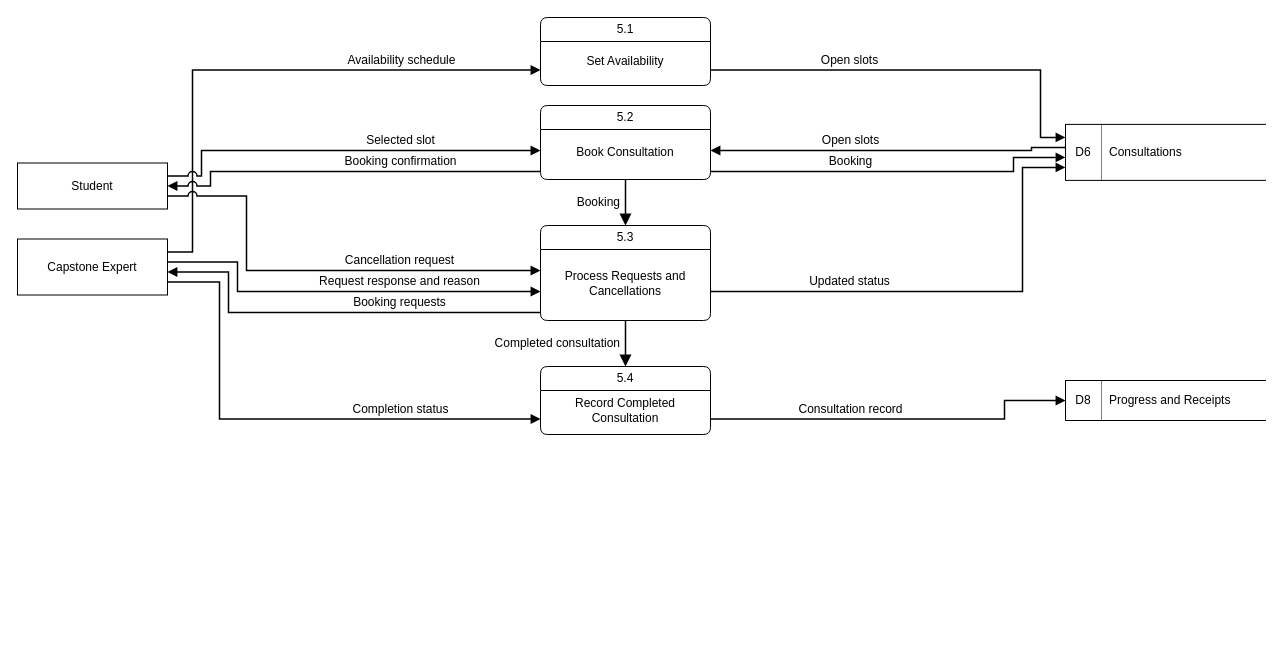
Above: page "DFD Level 1 - 5.0 Manage Consultations" (8 of 16) of docs/diagrams/capstrack-diagrams-all.drawio in M21thony/capstrack (draw.io), before the change. Source tidied: cells renumbered, new cells numbered last; positions are measured from the earlier drawing's top-left corner, leaving out a move shared by most shapes. Both pictures are drawn from the tidied source at 100%, with x=0, y=0 at pixel (17, 17).
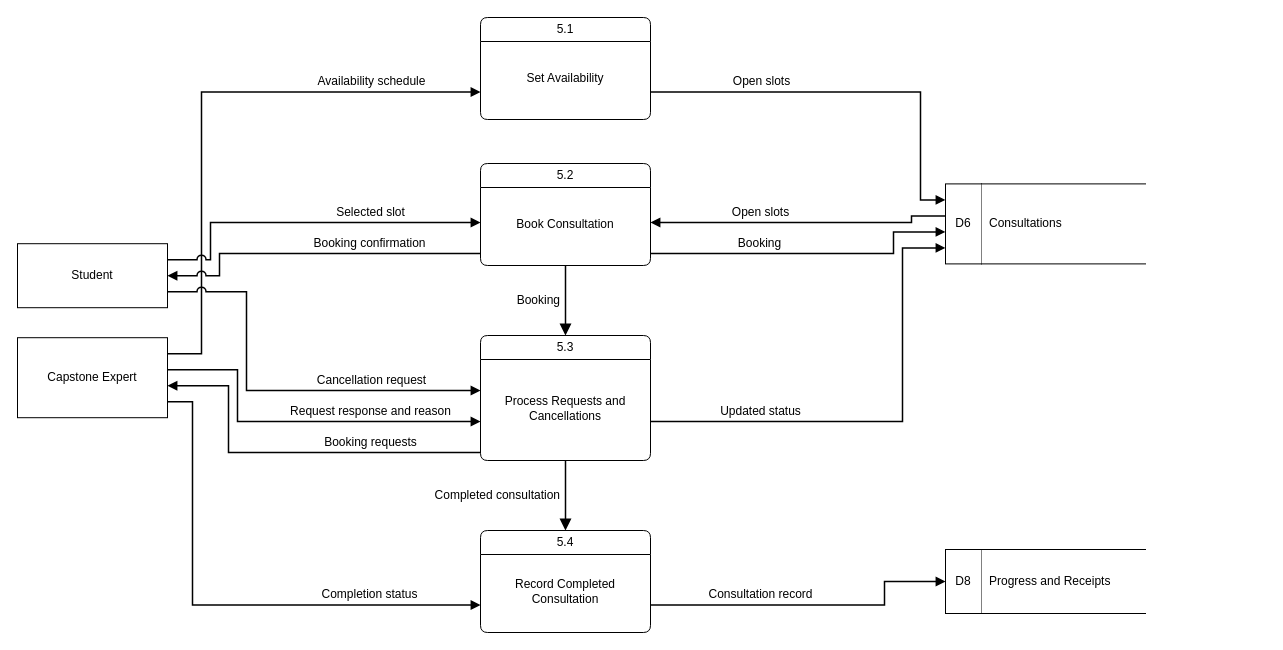
The same page after the edit.

Change to the diagram source:
```diff
@@
     <mxCell id="2" value="5.1" style="swimlane;shape=swimlane;rounded=1;arcSize=10;startSize=24;html=1;whiteSpace=wrap;fillColor=#ffffff;swimlaneFillColor=#ffffff;fontStyle=0;fontSize=12;strokeColor=#000000;fontFamily=Helvetica;fontColor=#000000;" parent="1" vertex="1">
-      <mxGeometry x="523" width="170" height="68" as="geometry" />
+      <mxGeometry x="463" width="170" height="102" as="geometry" />
     </mxCell>
     <mxCell id="3" value="Set Availability" style="text;html=1;strokeColor=none;fillColor=none;align=center;verticalAlign=middle;whiteSpace=wrap;fontSize=12;fontFamily=Helvetica;fontColor=#000000;" parent="2" vertex="1">
-      <mxGeometry x="6" y="24" width="158" height="40" as="geometry" />
+      <mxGeometry x="6" y="24" width="158" height="74" as="geometry" />
     </mxCell>
     <mxCell id="4" value="5.2" style="swimlane;shape=swimlane;rounded=1;arcSize=10;startSize=24;html=1;whiteSpace=wrap;fillColor=#ffffff;swimlaneFillColor=#ffffff;fontStyle=0;fontSize=12;strokeColor=#000000;fontFamily=Helvetica;fontColor=#000000;" parent="1" vertex="1">
-      <mxGeometry x="523" y="88" width="170" height="74" as="geometry" />
+      <mxGeometry x="463" y="146" width="170" height="102" as="geometry" />
     </mxCell>
     <mxCell id="5" value="Book Consultation" style="text;html=1;strokeColor=none;fillColor=none;align=center;verticalAlign=middle;whiteSpace=wrap;fontSize=12;fontFamily=Helvetica;fontColor=#000000;" parent="4" vertex="1">
-      <mxGeometry x="6" y="24" width="158" height="46" as="geometry" />
+      <mxGeometry x="6" y="24" width="158" height="74" as="geometry" />
     </mxCell>
     <mxCell id="6" value="5.3" style="swimlane;shape=swimlane;rounded=1;arcSize=10;startSize=24;html=1;whiteSpace=wrap;fillColor=#ffffff;swimlaneFillColor=#ffffff;fontStyle=0;fontSize=12;strokeColor=#000000;fontFamily=Helvetica;fontColor=#000000;" parent="1" vertex="1">
-      <mxGeometry x="523" y="208" width="170" height="95" as="geometry" />
+      <mxGeometry x="463" y="318" width="170" height="125" as="geometry" />
     </mxCell>
     <mxCell id="7" value="Process Requests and Cancellations" style="text;html=1;strokeColor=none;fillColor=none;align=center;verticalAlign=middle;whiteSpace=wrap;fontSize=12;fontFamily=Helvetica;fontColor=#000000;" parent="6" vertex="1">
-      <mxGeometry x="6" y="24" width="158" height="67" as="geometry" />
+      <mxGeometry x="6" y="24" width="158" height="97" as="geometry" />
     </mxCell>
     <mxCell id="8" value="5.4" style="swimlane;shape=swimlane;rounded=1;arcSize=10;startSize=24;html=1;whiteSpace=wrap;fillColor=#ffffff;swimlaneFillColor=#ffffff;fontStyle=0;fontSize=12;strokeColor=#000000;fontFamily=Helvetica;fontColor=#000000;" parent="1" vertex="1">
-      <mxGeometry x="523" y="349" width="170" height="68" as="geometry" />
+      <mxGeometry x="463" y="513" width="170" height="102" as="geometry" />
     </mxCell>
     <mxCell id="9" value="Record Completed Consultation" style="text;html=1;strokeColor=none;fillColor=none;align=center;verticalAlign=middle;whiteSpace=wrap;fontSize=12;fontFamily=Helvetica;fontColor=#000000;" parent="8" vertex="1">
-      <mxGeometry x="6" y="24" width="158" height="40" as="geometry" />
+      <mxGeometry x="6" y="24" width="158" height="74" as="geometry" />
     </mxCell>
     <mxCell id="10" value="Student" style="rounded=0;whiteSpace=wrap;html=1;fillColor=#ffffff;fontSize=12;strokeColor=#000000;fontFamily=Helvetica;fontColor=#000000;" parent="1" vertex="1">
-      <mxGeometry y="145.5" width="150" height="46" as="geometry" />
+      <mxGeometry y="226.2" width="150" height="64" as="geometry" />
     </mxCell>
     <mxCell id="11" value="Capstone Expert" style="rounded=0;whiteSpace=wrap;html=1;fillColor=#ffffff;fontSize=12;strokeColor=#000000;fontFamily=Helvetica;fontColor=#000000;" parent="1" vertex="1">
-      <mxGeometry y="221.5" width="150" height="56" as="geometry" />
+      <mxGeometry y="320.2" width="150" height="80" as="geometry" />
     </mxCell>
     <mxCell id="12" style="rounded=0;html=1;fillColor=none;strokeColor=none;fontSize=12;" parent="1" vertex="1">
-      <mxGeometry x="1048" y="106.9" width="200" height="56" as="geometry" />
+      <mxGeometry x="928" y="166.4" width="200" height="80" as="geometry" />
     </mxCell>
     <mxCell id="13" value="D6" style="rounded=0;whiteSpace=wrap;html=1;fillColor=#ffffff;fontSize=12;strokeColor=#000000;fontFamily=Helvetica;fontColor=#000000;" parent="12" vertex="1">
-      <mxGeometry width="36" height="56" as="geometry" />
+      <mxGeometry width="36" height="80" as="geometry" />
     </mxCell>
     <mxCell id="14" value="Consultations" style="shape=partialRectangle;left=0;right=0;top=1;bottom=1;whiteSpace=wrap;html=1;align=left;spacingLeft=6;fillColor=#ffffff;fontSize=12;strokeColor=#000000;fontFamily=Helvetica;fontColor=#000000;" parent="12" vertex="1">
-      <mxGeometry x="36" width="164" height="56" as="geometry" />
+      <mxGeometry x="36" width="164" height="80" as="geometry" />
     </mxCell>
     <mxCell id="15" style="rounded=0;html=1;fillColor=none;strokeColor=none;fontSize=12;" parent="1" vertex="1">
-      <mxGeometry x="1048" y="363" width="200" height="40" as="geometry" />
+      <mxGeometry x="928" y="532" width="200" height="64" as="geometry" />
     </mxCell>
     <mxCell id="16" value="D8" style="rounded=0;whiteSpace=wrap;html=1;fillColor=#ffffff;fontSize=12;strokeColor=#000000;fontFamily=Helvetica;fontColor=#000000;" parent="15" vertex="1">
-      <mxGeometry width="36" height="40" as="geometry" />
+      <mxGeometry width="36" height="64" as="geometry" />
     </mxCell>
     <mxCell id="17" value="Progress and Receipts" style="shape=partialRectangle;left=0;right=0;top=1;bottom=1;whiteSpace=wrap;html=1;align=left;spacingLeft=6;fillColor=#ffffff;fontSize=12;strokeColor=#000000;fontFamily=Helvetica;fontColor=#000000;" parent="15" vertex="1">
-      <mxGeometry x="36" width="164" height="40" as="geometry" />
+      <mxGeometry x="36" width="164" height="64" as="geometry" />
     </mxCell>
-    <mxCell id="18" value="Availability schedule" style="jumpStyle=arc;jumpSize=8;edgeStyle=orthogonalEdgeStyle;rounded=0;html=1;endArrow=block;endFill=1;endSize=8;strokeWidth=1.5;startArrow=none;strokeColor=#000000;fontFamily=Helvetica;fontColor=#000000;fontSize=12;labelBackgroundColor=#ffffff;verticalAlign=bottom;endSize=6;exitX=1;exitY=0.232143;exitDx=0;exitDy=0;entryX=0;entryY=0.772059;entryDx=0;entryDy=0;" parent="1" edge="1" source="11" target="2">
-      <mxGeometry x="0.5" relative="1" as="geometry">
+    <mxCell id="18" value="Availability schedule" style="jumpStyle=arc;jumpSize=8;edgeStyle=orthogonalEdgeStyle;rounded=0;html=1;endArrow=block;endFill=1;endSize=8;strokeWidth=1.5;startArrow=none;strokeColor=#000000;fontFamily=Helvetica;fontColor=#000000;fontSize=12;labelBackgroundColor=#ffffff;verticalAlign=bottom;endSize=6;exitX=1;exitY=0.2;exitDx=0;exitDy=0;entryX=0;entryY=0.730392;entryDx=0;entryDy=0;" parent="1" edge="1" source="11" target="2">
+      <mxGeometry x="0.62" relative="1" as="geometry">
         <Array as="points">
-          <mxPoint x="175" y="234.5" />
-          <mxPoint x="175" y="52.5" />
+          <mxPoint x="184" y="336.2" />
+          <mxPoint x="184" y="74.5" />
         </Array>
         <mxPoint y="-1" as="offset" />
       </mxGeometry>
     </mxCell>
-    <mxCell id="19" value="Selected slot" style="jumpStyle=arc;jumpSize=8;edgeStyle=orthogonalEdgeStyle;rounded=0;html=1;endArrow=block;endFill=1;endSize=8;strokeWidth=1.5;startArrow=none;strokeColor=#000000;fontFamily=Helvetica;fontColor=#000000;fontSize=12;labelBackgroundColor=#ffffff;verticalAlign=bottom;endSize=6;exitX=1;exitY=0.282609;exitDx=0;exitDy=0;entryX=0;entryY=0.608108;entryDx=0;entryDy=0;" parent="1" edge="1" source="10" target="4">
-      <mxGeometry x="0.3" relative="1" as="geometry">
+    <mxCell id="19" value="Selected slot" style="jumpStyle=arc;jumpSize=8;edgeStyle=orthogonalEdgeStyle;rounded=0;html=1;endArrow=block;endFill=1;endSize=8;strokeWidth=1.5;startArrow=none;strokeColor=#000000;fontFamily=Helvetica;fontColor=#000000;fontSize=12;labelBackgroundColor=#ffffff;verticalAlign=bottom;endSize=6;exitX=1;exitY=0.25;exitDx=0;exitDy=0;entryX=0;entryY=0.578431;entryDx=0;entryDy=0;" parent="1" edge="1" source="10" target="4">
+      <mxGeometry x="0.37" relative="1" as="geometry">
         <Array as="points">
-          <mxPoint x="184" y="158.5" />
-          <mxPoint x="184" y="133" />
+          <mxPoint x="193" y="242.2" />
+          <mxPoint x="193" y="205" />
         </Array>
         <mxPoint y="-1" as="offset" />
       </mxGeometry>
     </mxCell>
-    <mxCell id="20" value="Booking confirmation" style="jumpStyle=arc;jumpSize=8;edgeStyle=orthogonalEdgeStyle;rounded=0;html=1;endArrow=block;endFill=1;endSize=8;strokeWidth=1.5;startArrow=none;strokeColor=#000000;fontFamily=Helvetica;fontColor=#000000;fontSize=12;labelBackgroundColor=#ffffff;verticalAlign=bottom;endSize=6;exitX=0;exitY=0.891892;exitDx=0;exitDy=0;entryX=1;entryY=0.5;entryDx=0;entryDy=0;" parent="1" edge="1" source="4" target="10">
-      <mxGeometry x="-0.28" relative="1" as="geometry">
+    <mxCell id="20" value="Booking confirmation" style="jumpStyle=arc;jumpSize=8;edgeStyle=orthogonalEdgeStyle;rounded=0;html=1;endArrow=block;endFill=1;endSize=8;strokeWidth=1.5;startArrow=none;strokeColor=#000000;fontFamily=Helvetica;fontColor=#000000;fontSize=12;labelBackgroundColor=#ffffff;verticalAlign=bottom;endSize=6;exitX=0;exitY=0.882353;exitDx=0;exitDy=0;entryX=1;entryY=0.5;entryDx=0;entryDy=0;" parent="1" edge="1" source="4" target="10">
+      <mxGeometry x="-0.34" relative="1" as="geometry">
         <Array as="points">
-          <mxPoint x="193" y="154" />
-          <mxPoint x="193" y="168.5" />
+          <mxPoint x="202" y="236" />
+          <mxPoint x="202" y="258.2" />
         </Array>
         <mxPoint y="-1" as="offset" />
       </mxGeometry>
     </mxCell>
-    <mxCell id="21" value="Cancellation request" style="jumpStyle=arc;jumpSize=8;edgeStyle=orthogonalEdgeStyle;rounded=0;html=1;endArrow=block;endFill=1;endSize=8;strokeWidth=1.5;startArrow=none;strokeColor=#000000;fontFamily=Helvetica;fontColor=#000000;fontSize=12;labelBackgroundColor=#ffffff;verticalAlign=bottom;endSize=6;exitX=1;exitY=0.717391;exitDx=0;exitDy=0;entryX=0;entryY=0.473684;entryDx=0;entryDy=0;" parent="1" edge="1" source="10" target="6">
-      <mxGeometry x="0.37" relative="1" as="geometry">
+    <mxCell id="21" value="Cancellation request" style="jumpStyle=arc;jumpSize=8;edgeStyle=orthogonalEdgeStyle;rounded=0;html=1;endArrow=block;endFill=1;endSize=8;strokeWidth=1.5;startArrow=none;strokeColor=#000000;fontFamily=Helvetica;fontColor=#000000;fontSize=12;labelBackgroundColor=#ffffff;verticalAlign=bottom;endSize=6;exitX=1;exitY=0.75;exitDx=0;exitDy=0;entryX=0;entryY=0.44;entryDx=0;entryDy=0;" parent="1" edge="1" source="10" target="6">
+      <mxGeometry x="0.47" relative="1" as="geometry">
         <Array as="points">
-          <mxPoint x="229" y="178.5" />
-          <mxPoint x="229" y="253" />
+          <mxPoint x="229" y="274.2" />
+          <mxPoint x="229" y="373" />
         </Array>
         <mxPoint y="-1" as="offset" />
       </mxGeometry>
     </mxCell>
-    <mxCell id="22" value="Request response and reason" style="jumpStyle=arc;jumpSize=8;edgeStyle=orthogonalEdgeStyle;rounded=0;html=1;endArrow=block;endFill=1;endSize=8;strokeWidth=1.5;startArrow=none;strokeColor=#000000;fontFamily=Helvetica;fontColor=#000000;fontSize=12;labelBackgroundColor=#ffffff;verticalAlign=bottom;endSize=6;exitX=1;exitY=0.410714;exitDx=0;exitDy=0;entryX=0;entryY=0.694737;entryDx=0;entryDy=0;" parent="1" edge="1" source="11" target="6">
-      <mxGeometry x="0.3" relative="1" as="geometry">
+    <mxCell id="22" value="Request response and reason" style="jumpStyle=arc;jumpSize=8;edgeStyle=orthogonalEdgeStyle;rounded=0;html=1;endArrow=block;endFill=1;endSize=8;strokeWidth=1.5;startArrow=none;strokeColor=#000000;fontFamily=Helvetica;fontColor=#000000;fontSize=12;labelBackgroundColor=#ffffff;verticalAlign=bottom;endSize=6;exitX=1;exitY=0.4;exitDx=0;exitDy=0;entryX=0;entryY=0.688;entryDx=0;entryDy=0;" parent="1" edge="1" source="11" target="6">
+      <mxGeometry x="0.4" relative="1" as="geometry">
         <Array as="points">
-          <mxPoint x="220" y="244.5" />
-          <mxPoint x="220" y="274" />
+          <mxPoint x="220" y="352.2" />
+          <mxPoint x="220" y="404" />
         </Array>
         <mxPoint y="-1" as="offset" />
       </mxGeometry>
     </mxCell>
-    <mxCell id="23" value="Booking requests" style="jumpStyle=arc;jumpSize=8;edgeStyle=orthogonalEdgeStyle;rounded=0;html=1;endArrow=block;endFill=1;endSize=8;strokeWidth=1.5;startArrow=none;strokeColor=#000000;fontFamily=Helvetica;fontColor=#000000;fontSize=12;labelBackgroundColor=#ffffff;verticalAlign=bottom;endSize=6;exitX=0;exitY=0.915789;exitDx=0;exitDy=0;entryX=1;entryY=0.589286;entryDx=0;entryDy=0;" parent="1" edge="1" source="6" target="11">
-      <mxGeometry x="-0.32" relative="1" as="geometry">
+    <mxCell id="23" value="Booking requests" style="jumpStyle=arc;jumpSize=8;edgeStyle=orthogonalEdgeStyle;rounded=0;html=1;endArrow=block;endFill=1;endSize=8;strokeWidth=1.5;startArrow=none;strokeColor=#000000;fontFamily=Helvetica;fontColor=#000000;fontSize=12;labelBackgroundColor=#ffffff;verticalAlign=bottom;endSize=6;exitX=0;exitY=0.936;exitDx=0;exitDy=0;entryX=1;entryY=0.6;entryDx=0;entryDy=0;" parent="1" edge="1" source="6" target="11">
+      <mxGeometry x="-0.42" relative="1" as="geometry">
         <Array as="points">
-          <mxPoint x="211" y="295" />
-          <mxPoint x="211" y="254.5" />
+          <mxPoint x="211" y="435" />
+          <mxPoint x="211" y="368.2" />
         </Array>
         <mxPoint y="-1" as="offset" />
       </mxGeometry>
     </mxCell>
-    <mxCell id="24" value="Completion status" style="jumpStyle=arc;jumpSize=8;edgeStyle=orthogonalEdgeStyle;rounded=0;html=1;endArrow=block;endFill=1;endSize=8;strokeWidth=1.5;startArrow=none;strokeColor=#000000;fontFamily=Helvetica;fontColor=#000000;fontSize=12;labelBackgroundColor=#ffffff;verticalAlign=bottom;endSize=6;exitX=1;exitY=0.767857;exitDx=0;exitDy=0;entryX=0;entryY=0.772059;entryDx=0;entryDy=0;" parent="1" edge="1" source="11" target="8">
-      <mxGeometry x="0.45" relative="1" as="geometry">
+    <mxCell id="24" value="Completion status" style="jumpStyle=arc;jumpSize=8;edgeStyle=orthogonalEdgeStyle;rounded=0;html=1;endArrow=block;endFill=1;endSize=8;strokeWidth=1.5;startArrow=none;strokeColor=#000000;fontFamily=Helvetica;fontColor=#000000;fontSize=12;labelBackgroundColor=#ffffff;verticalAlign=bottom;endSize=6;exitX=1;exitY=0.8;exitDx=0;exitDy=0;entryX=0;entryY=0.730392;entryDx=0;entryDy=0;" parent="1" edge="1" source="11" target="8">
+      <mxGeometry x="0.57" relative="1" as="geometry">
         <Array as="points">
-          <mxPoint x="202" y="264.5" />
-          <mxPoint x="202" y="401.5" />
+          <mxPoint x="175" y="384.2" />
+          <mxPoint x="175" y="587.5" />
         </Array>
         <mxPoint y="-1" as="offset" />
       </mxGeometry>
     </mxCell>
-    <mxCell id="25" value="Open slots" style="jumpStyle=arc;jumpSize=8;edgeStyle=orthogonalEdgeStyle;rounded=0;html=1;endArrow=block;endFill=1;endSize=8;strokeWidth=1.5;startArrow=none;strokeColor=#000000;fontFamily=Helvetica;fontColor=#000000;fontSize=12;labelBackgroundColor=#ffffff;verticalAlign=bottom;endSize=6;exitX=1;exitY=0.772059;exitDx=0;exitDy=0;entryX=0;entryY=0.232143;entryDx=0;entryDy=0;" parent="1" edge="1" source="2" target="12">
-      <mxGeometry x="-0.34" relative="1" as="geometry">
+    <mxCell id="25" value="Open slots" style="jumpStyle=arc;jumpSize=8;edgeStyle=orthogonalEdgeStyle;rounded=0;html=1;endArrow=block;endFill=1;endSize=8;strokeWidth=1.5;startArrow=none;strokeColor=#000000;fontFamily=Helvetica;fontColor=#000000;fontSize=12;labelBackgroundColor=#ffffff;verticalAlign=bottom;endSize=6;exitX=1;exitY=0.730392;exitDx=0;exitDy=0;entryX=0;entryY=0.2;entryDx=0;entryDy=0;" parent="1" edge="1" source="2" target="12">
+      <mxGeometry x="-0.45" relative="1" as="geometry">
         <Array as="points">
-          <mxPoint x="1023" y="52.5" />
-          <mxPoint x="1023" y="119.9" />
+          <mxPoint x="903" y="74.5" />
+          <mxPoint x="903" y="182.4" />
         </Array>
         <mxPoint y="-1" as="offset" />
       </mxGeometry>
     </mxCell>
-    <mxCell id="26" value="Open slots" style="jumpStyle=arc;jumpSize=8;edgeStyle=orthogonalEdgeStyle;rounded=0;html=1;endArrow=block;endFill=1;endSize=8;strokeWidth=1.5;startArrow=none;strokeColor=#000000;fontFamily=Helvetica;fontColor=#000000;fontSize=12;labelBackgroundColor=#ffffff;verticalAlign=bottom;endSize=6;exitX=0;exitY=0.410714;exitDx=0;exitDy=0;entryX=1;entryY=0.608108;entryDx=0;entryDy=0;" parent="1" edge="1" source="12" target="4">
-      <mxGeometry x="0.22" relative="1" as="geometry">
+    <mxCell id="26" value="Open slots" style="jumpStyle=arc;jumpSize=8;edgeStyle=orthogonalEdgeStyle;rounded=0;html=1;endArrow=block;endFill=1;endSize=8;strokeWidth=1.5;startArrow=none;strokeColor=#000000;fontFamily=Helvetica;fontColor=#000000;fontSize=12;labelBackgroundColor=#ffffff;verticalAlign=bottom;endSize=6;exitX=0;exitY=0.4;exitDx=0;exitDy=0;entryX=1;entryY=0.578431;entryDx=0;entryDy=0;" parent="1" edge="1" source="12" target="4">
+      <mxGeometry x="0.27" relative="1" as="geometry">
         <Array as="points">
-          <mxPoint x="1014" y="129.9" />
-          <mxPoint x="1014" y="133" />
+          <mxPoint x="894" y="198.4" />
+          <mxPoint x="894" y="205" />
         </Array>
         <mxPoint y="-1" as="offset" />
       </mxGeometry>
     </mxCell>
-    <mxCell id="27" value="Booking" style="jumpStyle=arc;jumpSize=8;edgeStyle=orthogonalEdgeStyle;rounded=0;html=1;endArrow=block;endFill=1;endSize=8;strokeWidth=1.5;startArrow=none;strokeColor=#000000;fontFamily=Helvetica;fontColor=#000000;fontSize=12;labelBackgroundColor=#ffffff;verticalAlign=bottom;endSize=6;exitX=1;exitY=0.891892;exitDx=0;exitDy=0;entryX=0;entryY=0.589286;entryDx=0;entryDy=0;" parent="1" edge="1" source="4" target="12">
-      <mxGeometry x="-0.24" relative="1" as="geometry">
+    <mxCell id="27" value="Booking" style="jumpStyle=arc;jumpSize=8;edgeStyle=orthogonalEdgeStyle;rounded=0;html=1;endArrow=block;endFill=1;endSize=8;strokeWidth=1.5;startArrow=none;strokeColor=#000000;fontFamily=Helvetica;fontColor=#000000;fontSize=12;labelBackgroundColor=#ffffff;verticalAlign=bottom;endSize=6;exitX=1;exitY=0.882353;exitDx=0;exitDy=0;entryX=0;entryY=0.6;entryDx=0;entryDy=0;" parent="1" edge="1" source="4" target="12">
+      <mxGeometry x="-0.31" relative="1" as="geometry">
         <Array as="points">
-          <mxPoint x="996" y="154" />
-          <mxPoint x="996" y="139.9" />
+          <mxPoint x="876" y="236" />
+          <mxPoint x="876" y="214.4" />
         </Array>
         <mxPoint y="-1" as="offset" />
       </mxGeometry>
     </mxCell>
-    <mxCell id="28" value="Updated status" style="jumpStyle=arc;jumpSize=8;edgeStyle=orthogonalEdgeStyle;rounded=0;html=1;endArrow=block;endFill=1;endSize=8;strokeWidth=1.5;startArrow=none;strokeColor=#000000;fontFamily=Helvetica;fontColor=#000000;fontSize=12;labelBackgroundColor=#ffffff;verticalAlign=bottom;endSize=6;exitX=1;exitY=0.694737;exitDx=0;exitDy=0;entryX=0;entryY=0.767857;entryDx=0;entryDy=0;" parent="1" edge="1" source="6" target="12">
-      <mxGeometry x="-0.42" relative="1" as="geometry">
+    <mxCell id="28" value="Updated status" style="jumpStyle=arc;jumpSize=8;edgeStyle=orthogonalEdgeStyle;rounded=0;html=1;endArrow=block;endFill=1;endSize=8;strokeWidth=1.5;startArrow=none;strokeColor=#000000;fontFamily=Helvetica;fontColor=#000000;fontSize=12;labelBackgroundColor=#ffffff;verticalAlign=bottom;endSize=6;exitX=1;exitY=0.688;exitDx=0;exitDy=0;entryX=0;entryY=0.8;entryDx=0;entryDy=0;" parent="1" edge="1" source="6" target="12">
+      <mxGeometry x="-0.53" relative="1" as="geometry">
         <Array as="points">
-          <mxPoint x="1005" y="274" />
-          <mxPoint x="1005" y="149.9" />
+          <mxPoint x="885" y="404" />
+          <mxPoint x="885" y="230.4" />
         </Array>
         <mxPoint y="-1" as="offset" />
       </mxGeometry>
     </mxCell>
-    <mxCell id="29" value="Consultation record" style="jumpStyle=arc;jumpSize=8;edgeStyle=orthogonalEdgeStyle;rounded=0;html=1;endArrow=block;endFill=1;endSize=8;strokeWidth=1.5;startArrow=none;strokeColor=#000000;fontFamily=Helvetica;fontColor=#000000;fontSize=12;labelBackgroundColor=#ffffff;verticalAlign=bottom;endSize=6;exitX=1;exitY=0.772059;exitDx=0;exitDy=0;entryX=0;entryY=0.5;entryDx=0;entryDy=0;" parent="1" edge="1" source="8" target="15">
-      <mxGeometry x="-0.25" relative="1" as="geometry">
+    <mxCell id="29" value="Consultation record" style="jumpStyle=arc;jumpSize=8;edgeStyle=orthogonalEdgeStyle;rounded=0;html=1;endArrow=block;endFill=1;endSize=8;strokeWidth=1.5;startArrow=none;strokeColor=#000000;fontFamily=Helvetica;fontColor=#000000;fontSize=12;labelBackgroundColor=#ffffff;verticalAlign=bottom;endSize=6;exitX=1;exitY=0.730392;exitDx=0;exitDy=0;entryX=0;entryY=0.5;entryDx=0;entryDy=0;" parent="1" edge="1" source="8" target="15">
+      <mxGeometry x="-0.31" relative="1" as="geometry">
         <Array as="points">
-          <mxPoint x="987" y="401.5" />
-          <mxPoint x="987" y="383" />
+          <mxPoint x="867" y="587.5" />
+          <mxPoint x="867" y="564" />
         </Array>
         <mxPoint y="-1" as="offset" />
       </mxGeometry>
     </mxCell>
```
